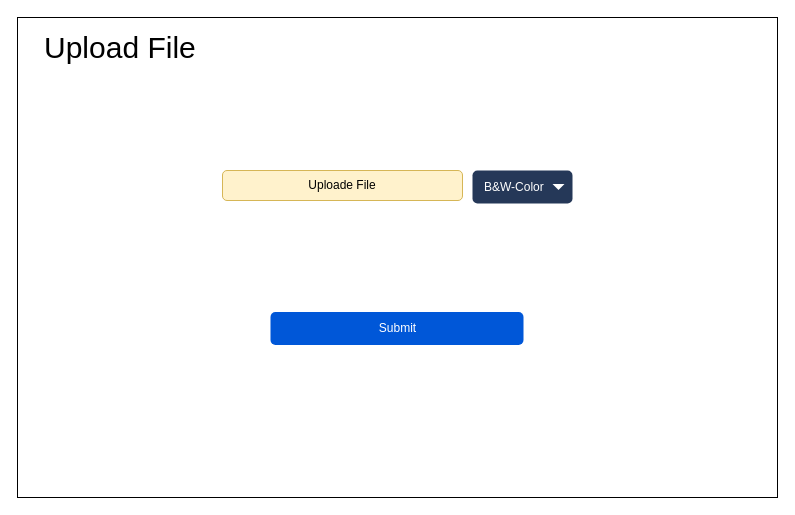
Before: page "Page-3" (3 of 3) of impression/design.drawio in beva3/simple_programing, a draw.io diagram. Source tidied: cells renumbered, new cells numbered last; positions are measured from the earlier drawing's top-left corner, leaving out a move shared by most shapes. Both pictures are drawn from the tidied source at 100%, with x=0, y=0 at pixel (17, 17).
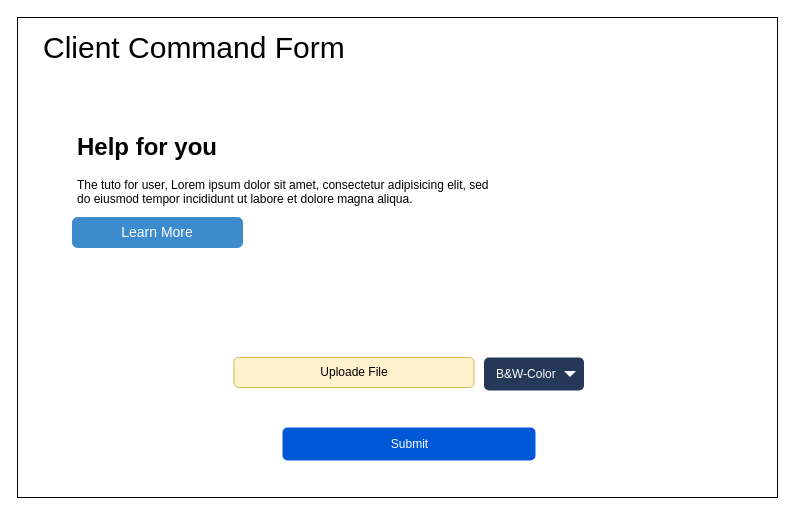
The same page after the edit.

Commit message:
add front for submit

The edit, as a diff of the source:
```diff
@@
 <mxGraphModel>
   <root>
     <mxCell id="0" />
     <mxCell id="1" parent="0" />
     <mxCell id="2" style="rounded=0;whiteSpace=wrap;html=1;" parent="1" vertex="1">
       <mxGeometry width="760" height="480" as="geometry" />
     </mxCell>
+    <mxCell id="7" value="Client Command Form" style="html=1;shadow=0;dashed=0;shape=mxgraph.bootstrap.rect;strokeColor=none;fillColor=none;fontSize=30;align=left;spacingLeft=10;" parent="1" vertex="1">
+      <mxGeometry x="13.5" y="10" width="323" height="40" as="geometry" />
+    </mxCell>
+    <mxCell id="8" style="group;" parent="1" vertex="1">
+      <mxGeometry x="216.5" y="340" width="350" height="103" as="geometry" />
+    </mxCell>
-    <mxCell id="3" value="Submit" style="rounded=1;fillColor=#0057D8;strokeColor=none;html=1;fontColor=#ffffff;align=center;verticalAlign=middle;fontStyle=0;fontSize=12;" parent="1" vertex="1">
-      <mxGeometry x="253" y="294.5" width="253" height="33" as="geometry" />
+    <mxCell id="3" value="Submit" style="rounded=1;fillColor=#0057D8;strokeColor=none;html=1;fontColor=#ffffff;align=center;verticalAlign=middle;fontStyle=0;fontSize=12;shadow=0;" parent="8" vertex="1">
+      <mxGeometry x="48.5" y="70" width="253" height="33" as="geometry" />
     </mxCell>
+    <mxCell id="9" style="group;" parent="8" vertex="1">
+      <mxGeometry width="350" height="33" as="geometry" />
+    </mxCell>
-    <mxCell id="4" value="Uploade File" style="rounded=1;whiteSpace=wrap;html=1;fillColor=#fff2cc;strokeColor=#d6b656;" parent="1" vertex="1">
-      <mxGeometry x="205" y="153" width="240" height="30" as="geometry" />
+    <mxCell id="4" value="Uploade File" style="rounded=1;whiteSpace=wrap;html=1;fillColor=#fff2cc;strokeColor=#d6b656;" parent="9" vertex="1">
+      <mxGeometry width="240" height="30" as="geometry" />
     </mxCell>
-    <mxCell id="5" value="B&amp;amp;W-Color" style="rounded=1;fillColor=#253858;strokeColor=none;html=1;fontColor=#ffffff;align=left;fontSize=12;spacingLeft=10;" parent="1" vertex="1">
-      <mxGeometry x="455" y="153" width="100" height="33" as="geometry" />
+    <mxCell id="5" value="B&amp;amp;W-Color" style="rounded=1;fillColor=#253858;strokeColor=none;html=1;fontColor=#ffffff;align=left;fontSize=12;spacingLeft=10;" parent="9" vertex="1">
+      <mxGeometry x="250" width="100" height="33" as="geometry" />
     </mxCell>
     <mxCell id="6" style="shape=triangle;direction=south;fillColor=#ffffff;strokeColor=none;html=1;" parent="5" vertex="1">
       <mxGeometry x="1" y="0.5" width="12" height="6" relative="1" as="geometry">
         <mxPoint x="-20" y="-3" as="offset" />
       </mxGeometry>
     </mxCell>
-    <mxCell id="7" value="Upload File" style="html=1;shadow=0;dashed=0;shape=mxgraph.bootstrap.rect;strokeColor=none;fillColor=none;fontSize=30;align=left;spacingLeft=10;" parent="1" vertex="1">
-      <mxGeometry x="15" y="10" width="250" height="40" as="geometry" />
-    </mxCell>
+    <mxCell id="10" style="group;" parent="1" vertex="1">
+      <mxGeometry x="55" y="110" width="424" height="120" as="geometry" />
+    </mxCell>
+    <mxCell id="11" value="&lt;h1&gt;Help for you&lt;/h1&gt;&lt;p&gt;The tuto for user, Lorem ipsum dolor sit amet, consectetur adipisicing elit, sed do eiusmod tempor incididunt ut labore et dolore magna aliqua.&lt;/p&gt;&lt;p&gt;&lt;br&gt;&lt;/p&gt;" style="text;html=1;strokeColor=none;fillColor=none;spacing=5;spacingTop=-20;whiteSpace=wrap;overflow=hidden;rounded=0;" parent="10" vertex="1">
+      <mxGeometry width="424" height="90" as="geometry" />
+    </mxCell>
+    <mxCell id="12" value="Learn More" style="html=1;shadow=0;dashed=0;shape=mxgraph.bootstrap.rrect;rSize=5;fillColor=#3D8BCD;align=center;strokeColor=#3D8BCD;fontColor=#ffffff;fontSize=14;whiteSpace=wrap;rounded=1;arcSize=27;" parent="10" vertex="1">
+      <mxGeometry y="90" width="170" height="30" as="geometry" />
+    </mxCell>
   </root>
 </mxGraphModel>
```
